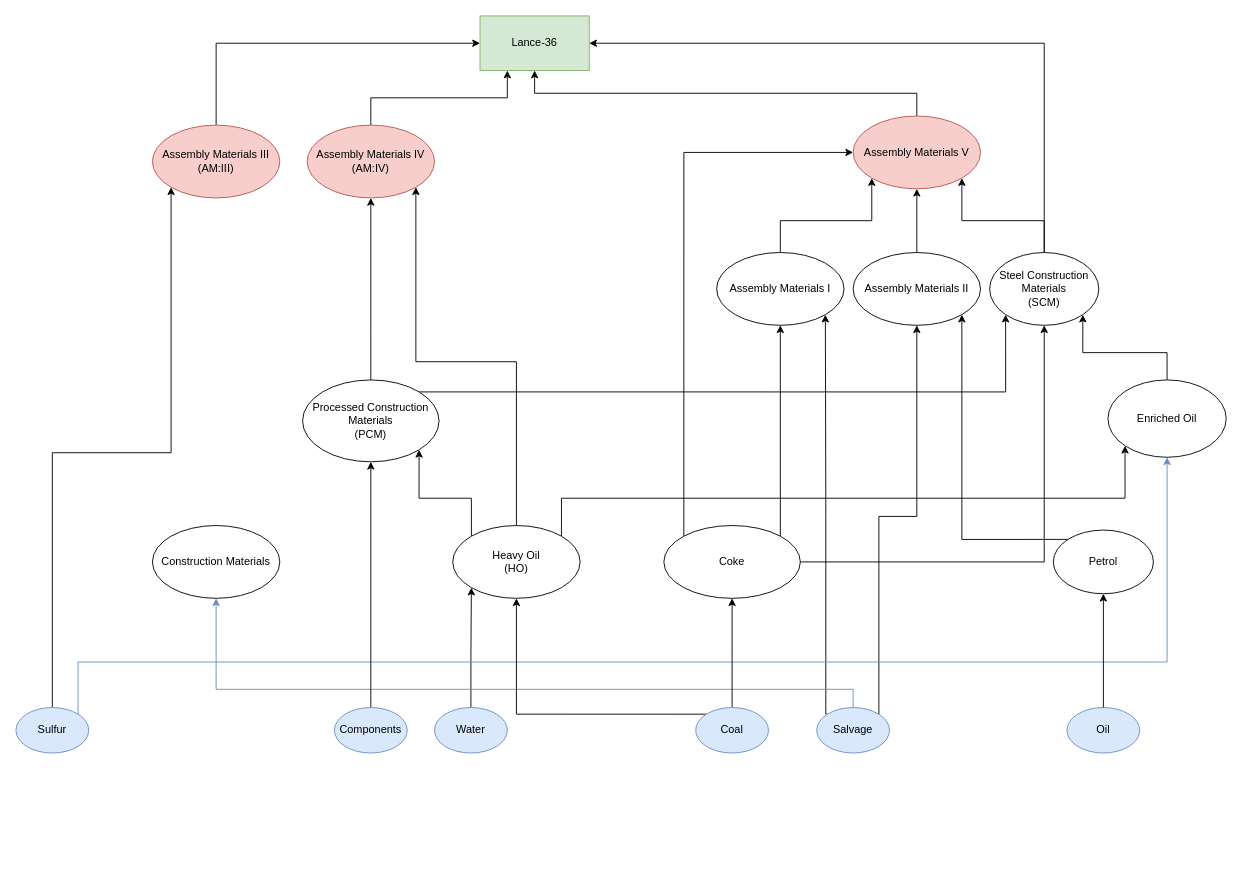
This is Диаграмма без названия.drawio from Kratos1245/other, a draw.io file, before an edit. Source tidied: cells renumbered, new cells numbered last; positions are measured from the earlier drawing's top-left corner, leaving out a move shared by most shapes. Both pictures are drawn from the tidied source at 91%, with x=0, y=0 at pixel (15, 15).
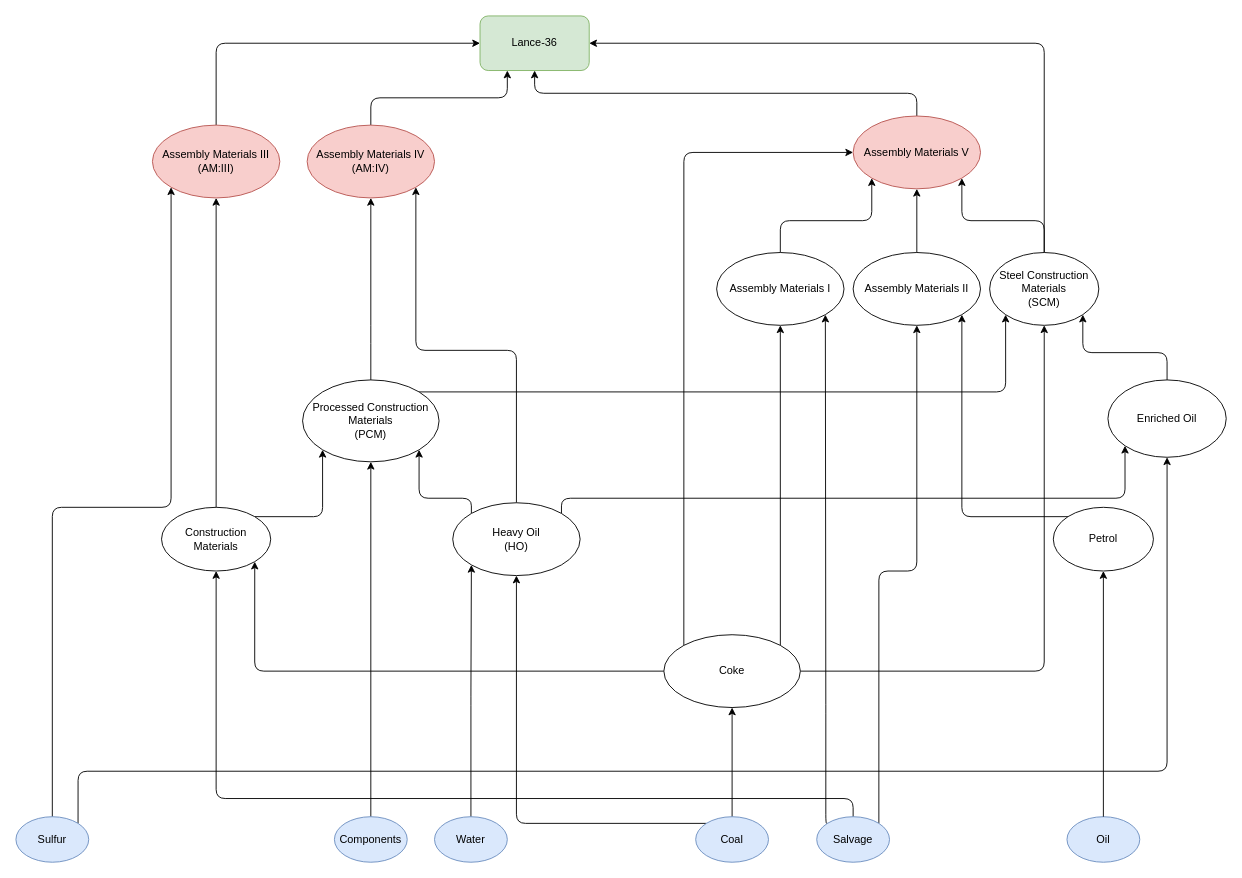
The same page after the edit.

Diff of the diagram source:
```diff
@@
-    <mxCell id="2" value="Lance-36" style="rounded=0;whiteSpace=wrap;html=1;fillColor=#d5e8d4;strokeColor=#82b366;" parent="1" vertex="1">
+    <mxCell id="2" value="Lance-36" style="rounded=1;whiteSpace=wrap;html=1;fillColor=#d5e8d4;strokeColor=#82b366;" parent="1" vertex="1">
       <mxGeometry x="510" width="120" height="60" as="geometry" />
     </mxCell>
-    <mxCell id="3" style="edgeStyle=orthogonalEdgeStyle;rounded=0;jettySize=auto;html=1;exitX=0.5;exitY=0;exitDx=0;exitDy=0;entryX=0;entryY=0.5;entryDx=0;entryDy=0;" parent="1" edge="1" source="4" target="2">
+    <mxCell id="3" style="edgeStyle=orthogonalEdgeStyle;rounded=1;jettySize=auto;html=1;exitX=0.5;exitY=0;exitDx=0;exitDy=0;entryX=0;entryY=0.5;entryDx=0;entryDy=0;" parent="1" edge="1" source="4" target="2">
       <mxGeometry relative="1" as="geometry" />
     </mxCell>
-    <mxCell id="4" value="Assembly Materials III&lt;br&gt;(AM:III)" style="ellipse;whiteSpace=wrap;html=1;fillColor=#f8cecc;strokeColor=#b85450;" parent="1" vertex="1">
+    <mxCell id="4" value="Assembly Materials III&lt;br&gt;(AM:III)" style="ellipse;whiteSpace=wrap;html=1;fillColor=#f8cecc;strokeColor=#b85450;rounded=1;" parent="1" vertex="1">
       <mxGeometry x="150" y="120" width="140" height="80" as="geometry" />
     </mxCell>
-    <mxCell id="5" style="edgeStyle=orthogonalEdgeStyle;rounded=0;jettySize=auto;html=1;exitX=0.5;exitY=0;exitDx=0;exitDy=0;entryX=0.25;entryY=1;entryDx=0;entryDy=0;" parent="1" edge="1" source="6" target="2">
+    <mxCell id="5" style="edgeStyle=orthogonalEdgeStyle;rounded=1;jettySize=auto;html=1;exitX=0.5;exitY=0;exitDx=0;exitDy=0;entryX=0.25;entryY=1;entryDx=0;entryDy=0;" parent="1" edge="1" source="6" target="2">
       <mxGeometry relative="1" as="geometry" />
     </mxCell>
-    <mxCell id="6" value="Assembly Materials IV&lt;br&gt;(AM:IV)" style="ellipse;whiteSpace=wrap;html=1;fillColor=#f8cecc;strokeColor=#b85450;" parent="1" vertex="1">
+    <mxCell id="6" value="Assembly Materials IV&lt;br&gt;(AM:IV)" style="ellipse;whiteSpace=wrap;html=1;fillColor=#f8cecc;strokeColor=#b85450;rounded=1;" parent="1" vertex="1">
       <mxGeometry x="320" y="120" width="140" height="80" as="geometry" />
     </mxCell>
-    <mxCell id="7" style="edgeStyle=orthogonalEdgeStyle;rounded=0;jettySize=auto;html=1;exitX=0.5;exitY=0;exitDx=0;exitDy=0;entryX=0.5;entryY=1;entryDx=0;entryDy=0;" parent="1" edge="1" source="8" target="2">
+    <mxCell id="7" style="edgeStyle=orthogonalEdgeStyle;rounded=1;jettySize=auto;html=1;exitX=0.5;exitY=0;exitDx=0;exitDy=0;entryX=0.5;entryY=1;entryDx=0;entryDy=0;" parent="1" edge="1" source="8" target="2">
       <mxGeometry relative="1" as="geometry" />
     </mxCell>
-    <mxCell id="8" value="Assembly Materials V" style="ellipse;whiteSpace=wrap;html=1;fillColor=#f8cecc;strokeColor=#b85450;" parent="1" vertex="1">
+    <mxCell id="8" value="Assembly Materials V" style="ellipse;whiteSpace=wrap;html=1;fillColor=#f8cecc;strokeColor=#b85450;rounded=1;" parent="1" vertex="1">
       <mxGeometry x="920" y="110" width="140" height="80" as="geometry" />
     </mxCell>
-    <mxCell id="9" style="edgeStyle=orthogonalEdgeStyle;rounded=0;jettySize=auto;html=1;exitX=0.5;exitY=0;exitDx=0;exitDy=0;entryX=1;entryY=0.5;entryDx=0;entryDy=0;" parent="1" edge="1" source="11" target="2">
+    <mxCell id="9" style="edgeStyle=orthogonalEdgeStyle;rounded=1;jettySize=auto;html=1;exitX=0.5;exitY=0;exitDx=0;exitDy=0;entryX=1;entryY=0.5;entryDx=0;entryDy=0;" parent="1" edge="1" source="11" target="2">
       <mxGeometry relative="1" as="geometry" />
     </mxCell>
-    <mxCell id="10" style="edgeStyle=orthogonalEdgeStyle;rounded=0;jettySize=auto;html=1;exitX=0.5;exitY=0;exitDx=0;exitDy=0;entryX=1;entryY=1;entryDx=0;entryDy=0;" parent="1" edge="1" source="11" target="8">
+    <mxCell id="10" style="edgeStyle=orthogonalEdgeStyle;rounded=1;jettySize=auto;html=1;exitX=0.5;exitY=0;exitDx=0;exitDy=0;entryX=1;entryY=1;entryDx=0;entryDy=0;" parent="1" edge="1" source="11" target="8">
       <mxGeometry relative="1" as="geometry" />
     </mxCell>
-    <mxCell id="11" value="Steel Construction Materials&lt;br&gt;(SCM)" style="ellipse;whiteSpace=wrap;html=1;" parent="1" vertex="1">
+    <mxCell id="11" value="Steel Construction Materials&lt;br&gt;(SCM)" style="ellipse;whiteSpace=wrap;html=1;rounded=1;" parent="1" vertex="1">
       <mxGeometry x="1070" y="260" width="120" height="80" as="geometry" />
     </mxCell>
-    <mxCell id="12" style="edgeStyle=orthogonalEdgeStyle;rounded=0;jettySize=auto;html=1;exitX=0.5;exitY=0;exitDx=0;exitDy=0;entryX=0.5;entryY=1;entryDx=0;entryDy=0;" parent="1" edge="1" source="14" target="6">
+    <mxCell id="12" style="edgeStyle=orthogonalEdgeStyle;rounded=1;jettySize=auto;html=1;exitX=0.5;exitY=0;exitDx=0;exitDy=0;entryX=0.5;entryY=1;entryDx=0;entryDy=0;" parent="1" edge="1" source="14" target="6">
       <mxGeometry relative="1" as="geometry">
         <Array as="points">
           <mxPoint x="390" y="350" />
           <mxPoint x="390" y="350" />
         </Array>
       </mxGeometry>
     </mxCell>
-    <mxCell id="13" style="edgeStyle=orthogonalEdgeStyle;rounded=0;jettySize=auto;html=1;exitX=1;exitY=0;exitDx=0;exitDy=0;entryX=0;entryY=1;entryDx=0;entryDy=0;" parent="1" edge="1" source="14" target="11">
+    <mxCell id="13" style="edgeStyle=orthogonalEdgeStyle;rounded=1;jettySize=auto;html=1;exitX=1;exitY=0;exitDx=0;exitDy=0;entryX=0;entryY=1;entryDx=0;entryDy=0;" parent="1" edge="1" source="14" target="11">
       <mxGeometry relative="1" as="geometry" />
     </mxCell>
-    <mxCell id="14" value="Processed Construction Materials &lt;br&gt;(PCM)" style="ellipse;whiteSpace=wrap;html=1;" parent="1" vertex="1">
+    <mxCell id="14" value="Processed Construction Materials &lt;br&gt;(PCM)" style="ellipse;whiteSpace=wrap;html=1;rounded=1;" parent="1" vertex="1">
       <mxGeometry x="315" y="400" width="150" height="90" as="geometry" />
     </mxCell>
-    <mxCell id="15" style="edgeStyle=orthogonalEdgeStyle;rounded=0;jettySize=auto;html=1;exitX=0.5;exitY=0;exitDx=0;exitDy=0;entryX=1;entryY=1;entryDx=0;entryDy=0;" parent="1" edge="1" source="18" target="6">
+    <mxCell id="15" style="edgeStyle=orthogonalEdgeStyle;rounded=1;jettySize=auto;html=1;exitX=0.5;exitY=0;exitDx=0;exitDy=0;entryX=1;entryY=1;entryDx=0;entryDy=0;" parent="1" edge="1" source="18" target="6">
       <mxGeometry relative="1" as="geometry" />
     </mxCell>
-    <mxCell id="16" style="edgeStyle=orthogonalEdgeStyle;rounded=0;jettySize=auto;html=1;exitX=1;exitY=0;exitDx=0;exitDy=0;entryX=0;entryY=1;entryDx=0;entryDy=0;" parent="1" edge="1" source="18" target="43">
+    <mxCell id="16" style="edgeStyle=orthogonalEdgeStyle;rounded=1;jettySize=auto;html=1;exitX=1;exitY=0;exitDx=0;exitDy=0;entryX=0;entryY=1;entryDx=0;entryDy=0;" parent="1" edge="1" source="18" target="43">
       <mxGeometry relative="1" as="geometry">
         <Array as="points">
           <mxPoint x="599" y="530" />
           <mxPoint x="1219" y="530" />
         </Array>
       </mxGeometry>
     </mxCell>
-    <mxCell id="17" style="edgeStyle=orthogonalEdgeStyle;rounded=0;jettySize=auto;html=1;exitX=0;exitY=0;exitDx=0;exitDy=0;entryX=1;entryY=1;entryDx=0;entryDy=0;" parent="1" edge="1" source="18" target="14">
+    <mxCell id="17" style="edgeStyle=orthogonalEdgeStyle;rounded=1;jettySize=auto;html=1;exitX=0;exitY=0;exitDx=0;exitDy=0;entryX=1;entryY=1;entryDx=0;entryDy=0;" parent="1" edge="1" source="18" target="14">
       <mxGeometry relative="1" as="geometry">
         <Array as="points">
           <mxPoint x="501" y="530" />
           <mxPoint x="443" y="530" />
         </Array>
       </mxGeometry>
     </mxCell>
-    <mxCell id="18" value="Heavy Oil&lt;br&gt;(HO)" style="ellipse;whiteSpace=wrap;html=1;" parent="1" vertex="1">
-      <mxGeometry x="480" y="560" width="140" height="80" as="geometry" />
+    <mxCell id="18" value="Heavy Oil&lt;br&gt;(HO)" style="ellipse;whiteSpace=wrap;html=1;rounded=1;" parent="1" vertex="1">
+      <mxGeometry x="480" y="535" width="140" height="80" as="geometry" />
     </mxCell>
-    <mxCell id="19" style="edgeStyle=orthogonalEdgeStyle;rounded=0;jettySize=auto;html=1;exitX=0.5;exitY=0;exitDx=0;exitDy=0;entryX=0;entryY=1;entryDx=0;entryDy=0;" parent="1" edge="1" source="20" target="18">
+    <mxCell id="19" style="edgeStyle=orthogonalEdgeStyle;rounded=1;jettySize=auto;html=1;exitX=0.5;exitY=0;exitDx=0;exitDy=0;entryX=0;entryY=1;entryDx=0;entryDy=0;" parent="1" edge="1" source="20" target="18">
       <mxGeometry relative="1" as="geometry" />
     </mxCell>
-    <mxCell id="20" value="Water" style="ellipse;whiteSpace=wrap;html=1;fillColor=#dae8fc;strokeColor=#6c8ebf;" parent="1" vertex="1">
-      <mxGeometry x="460" y="760" width="80" height="50" as="geometry" />
+    <mxCell id="20" value="Water" style="ellipse;whiteSpace=wrap;html=1;fillColor=#dae8fc;strokeColor=#6c8ebf;rounded=1;" parent="1" vertex="1">
+      <mxGeometry x="460" y="880" width="80" height="50" as="geometry" />
     </mxCell>
-    <mxCell id="21" style="edgeStyle=orthogonalEdgeStyle;rounded=0;jettySize=auto;html=1;exitX=0;exitY=0;exitDx=0;exitDy=0;entryX=1;entryY=1;entryDx=0;entryDy=0;" parent="1" edge="1" source="24" target="37">
+    <mxCell id="21" style="edgeStyle=orthogonalEdgeStyle;rounded=1;jettySize=auto;html=1;exitX=0;exitY=0;exitDx=0;exitDy=0;entryX=1;entryY=1;entryDx=0;entryDy=0;" parent="1" edge="1" source="24" target="37">
       <mxGeometry relative="1" as="geometry">
         <Array as="points">
           <mxPoint x="890" y="767" />
           <mxPoint x="890" y="550" />
         </Array>
       </mxGeometry>
     </mxCell>
-    <mxCell id="22" style="edgeStyle=orthogonalEdgeStyle;rounded=0;jettySize=auto;html=1;exitX=1;exitY=0;exitDx=0;exitDy=0;entryX=0.5;entryY=1;entryDx=0;entryDy=0;" parent="1" edge="1" source="24" target="35">
+    <mxCell id="22" style="edgeStyle=orthogonalEdgeStyle;rounded=1;jettySize=auto;html=1;exitX=1;exitY=0;exitDx=0;exitDy=0;entryX=0.5;entryY=1;entryDx=0;entryDy=0;" parent="1" edge="1" source="24" target="35">
       <mxGeometry relative="1" as="geometry" />
     </mxCell>
-    <mxCell id="23" style="edgeStyle=orthogonalEdgeStyle;rounded=0;jettySize=auto;html=1;exitX=0.5;exitY=0;exitDx=0;exitDy=0;entryX=0.5;entryY=1;entryDx=0;entryDy=0;fillColor=#dae8fc;strokeColor=#6c8ebf;" parent="1" edge="1" source="24" target="47">
+    <mxCell id="23" style="edgeStyle=orthogonalEdgeStyle;rounded=1;jettySize=auto;html=1;exitX=0.5;exitY=0;exitDx=0;exitDy=0;entryX=0.5;entryY=1;entryDx=0;entryDy=0;" parent="1" edge="1" source="24" target="47">
       <mxGeometry relative="1" as="geometry">
         <Array as="points">
-          <mxPoint x="920" y="740" />
-          <mxPoint x="220" y="740" />
+          <mxPoint x="920" y="860" />
+          <mxPoint x="220" y="860" />
         </Array>
       </mxGeometry>
     </mxCell>
-    <mxCell id="24" value="Salvage" style="ellipse;whiteSpace=wrap;html=1;fillColor=#dae8fc;strokeColor=#6c8ebf;" parent="1" vertex="1">
-      <mxGeometry x="880" y="760" width="80" height="50" as="geometry" />
+    <mxCell id="24" value="Salvage" style="ellipse;whiteSpace=wrap;html=1;fillColor=#dae8fc;strokeColor=#6c8ebf;rounded=1;" parent="1" vertex="1">
+      <mxGeometry x="880" y="880" width="80" height="50" as="geometry" />
     </mxCell>
-    <mxCell id="25" style="edgeStyle=orthogonalEdgeStyle;rounded=0;jettySize=auto;html=1;exitX=0.5;exitY=0;exitDx=0;exitDy=0;entryX=0;entryY=1;entryDx=0;entryDy=0;" parent="1" edge="1" source="27" target="4">
+    <mxCell id="25" style="edgeStyle=orthogonalEdgeStyle;rounded=1;jettySize=auto;html=1;exitX=0.5;exitY=0;exitDx=0;exitDy=0;entryX=0;entryY=1;entryDx=0;entryDy=0;" parent="1" edge="1" source="27" target="4">
       <mxGeometry relative="1" as="geometry" />
     </mxCell>
-    <mxCell id="26" style="edgeStyle=orthogonalEdgeStyle;rounded=0;jettySize=auto;html=1;exitX=1;exitY=0;exitDx=0;exitDy=0;entryX=0.5;entryY=1;entryDx=0;entryDy=0;fillColor=#dae8fc;strokeColor=#6c8ebf;" parent="1" edge="1" source="27" target="43">
+    <mxCell id="26" style="edgeStyle=orthogonalEdgeStyle;rounded=1;jettySize=auto;html=1;exitX=1;exitY=0;exitDx=0;exitDy=0;entryX=0.5;entryY=1;entryDx=0;entryDy=0;" parent="1" edge="1" source="27" target="43">
       <mxGeometry relative="1" as="geometry">
         <Array as="points">
-          <mxPoint x="68" y="710" />
-          <mxPoint x="1265" y="710" />
+          <mxPoint x="69" y="830" />
+          <mxPoint x="1265" y="830" />
         </Array>
       </mxGeometry>
     </mxCell>
-    <mxCell id="27" value="Sulfur" style="ellipse;whiteSpace=wrap;html=1;fillColor=#dae8fc;strokeColor=#6c8ebf;" parent="1" vertex="1">
-      <mxGeometry y="760" width="80" height="50" as="geometry" />
+    <mxCell id="27" value="Sulfur" style="ellipse;whiteSpace=wrap;html=1;fillColor=#dae8fc;strokeColor=#6c8ebf;rounded=1;" parent="1" vertex="1">
+      <mxGeometry y="880" width="80" height="50" as="geometry" />
     </mxCell>
-    <mxCell id="28" style="edgeStyle=orthogonalEdgeStyle;rounded=0;jettySize=auto;html=1;exitX=0.5;exitY=0;exitDx=0;exitDy=0;entryX=0.5;entryY=1;entryDx=0;entryDy=0;" parent="1" edge="1" source="29" target="14">
+    <mxCell id="28" style="edgeStyle=orthogonalEdgeStyle;rounded=1;jettySize=auto;html=1;exitX=0.5;exitY=0;exitDx=0;exitDy=0;entryX=0.5;entryY=1;entryDx=0;entryDy=0;" parent="1" edge="1" source="29" target="14">
       <mxGeometry relative="1" as="geometry" />
     </mxCell>
-    <mxCell id="29" value="Components" style="ellipse;whiteSpace=wrap;html=1;fillColor=#dae8fc;strokeColor=#6c8ebf;" parent="1" vertex="1">
-      <mxGeometry x="350" y="760" width="80" height="50" as="geometry" />
+    <mxCell id="29" value="Components" style="ellipse;whiteSpace=wrap;html=1;fillColor=#dae8fc;strokeColor=#6c8ebf;rounded=1;" parent="1" vertex="1">
+      <mxGeometry x="350" y="880" width="80" height="50" as="geometry" />
     </mxCell>
-    <mxCell id="30" style="edgeStyle=orthogonalEdgeStyle;rounded=0;jettySize=auto;html=1;exitX=0.5;exitY=0;exitDx=0;exitDy=0;entryX=0.5;entryY=1;entryDx=0;entryDy=0;" parent="1" edge="1" source="32" target="41">
+    <mxCell id="30" style="edgeStyle=orthogonalEdgeStyle;rounded=1;jettySize=auto;html=1;exitX=0.5;exitY=0;exitDx=0;exitDy=0;entryX=0.5;entryY=1;entryDx=0;entryDy=0;" parent="1" edge="1" source="32" target="41">
       <mxGeometry relative="1" as="geometry" />
     </mxCell>
-    <mxCell id="31" style="edgeStyle=orthogonalEdgeStyle;rounded=0;jettySize=auto;html=1;exitX=0;exitY=0;exitDx=0;exitDy=0;entryX=0.5;entryY=1;entryDx=0;entryDy=0;" parent="1" edge="1" source="32" target="18">
+    <mxCell id="31" style="edgeStyle=orthogonalEdgeStyle;rounded=1;jettySize=auto;html=1;exitX=0;exitY=0;exitDx=0;exitDy=0;entryX=0.5;entryY=1;entryDx=0;entryDy=0;" parent="1" edge="1" source="32" target="18">
       <mxGeometry relative="1" as="geometry" />
     </mxCell>
-    <mxCell id="32" value="Coal" style="ellipse;whiteSpace=wrap;html=1;fillColor=#dae8fc;strokeColor=#6c8ebf;" parent="1" vertex="1">
-      <mxGeometry x="747" y="760" width="80" height="50" as="geometry" />
+    <mxCell id="32" value="Coal" style="ellipse;whiteSpace=wrap;html=1;fillColor=#dae8fc;strokeColor=#6c8ebf;rounded=1;" parent="1" vertex="1">
+      <mxGeometry x="747" y="880" width="80" height="50" as="geometry" />
     </mxCell>
-    <mxCell id="33" value="Oil" style="ellipse;whiteSpace=wrap;html=1;fillColor=#dae8fc;strokeColor=#6c8ebf;" parent="1" vertex="1">
-      <mxGeometry x="1155" y="760" width="80" height="50" as="geometry" />
+    <mxCell id="33" value="Oil" style="ellipse;whiteSpace=wrap;html=1;fillColor=#dae8fc;strokeColor=#6c8ebf;rounded=1;" parent="1" vertex="1">
+      <mxGeometry x="1155" y="880" width="80" height="50" as="geometry" />
     </mxCell>
-    <mxCell id="34" style="edgeStyle=orthogonalEdgeStyle;rounded=0;jettySize=auto;html=1;exitX=0.5;exitY=0;exitDx=0;exitDy=0;entryX=0.5;entryY=1;entryDx=0;entryDy=0;" parent="1" edge="1" source="35" target="8">
+    <mxCell id="34" style="edgeStyle=orthogonalEdgeStyle;rounded=1;jettySize=auto;html=1;exitX=0.5;exitY=0;exitDx=0;exitDy=0;entryX=0.5;entryY=1;entryDx=0;entryDy=0;" parent="1" edge="1" source="35" target="8">
       <mxGeometry relative="1" as="geometry" />
     </mxCell>
-    <mxCell id="35" value="Assembly Materials II" style="ellipse;whiteSpace=wrap;html=1;" parent="1" vertex="1">
+    <mxCell id="35" value="Assembly Materials II" style="ellipse;whiteSpace=wrap;html=1;rounded=1;" parent="1" vertex="1">
       <mxGeometry x="920" y="260" width="140" height="80" as="geometry" />
     </mxCell>
-    <mxCell id="36" style="edgeStyle=orthogonalEdgeStyle;rounded=0;jettySize=auto;html=1;exitX=0.5;exitY=0;exitDx=0;exitDy=0;entryX=0;entryY=1;entryDx=0;entryDy=0;" parent="1" edge="1" source="37" target="8">
+    <mxCell id="36" style="edgeStyle=orthogonalEdgeStyle;rounded=1;jettySize=auto;html=1;exitX=0.5;exitY=0;exitDx=0;exitDy=0;entryX=0;entryY=1;entryDx=0;entryDy=0;" parent="1" edge="1" source="37" target="8">
       <mxGeometry relative="1" as="geometry" />
     </mxCell>
-    <mxCell id="37" value="Assembly Materials I" style="ellipse;whiteSpace=wrap;html=1;" parent="1" vertex="1">
+    <mxCell id="37" value="Assembly Materials I" style="ellipse;whiteSpace=wrap;html=1;rounded=1;" parent="1" vertex="1">
       <mxGeometry x="770" y="260" width="140" height="80" as="geometry" />
     </mxCell>
-    <mxCell id="38" style="edgeStyle=orthogonalEdgeStyle;rounded=0;jettySize=auto;html=1;exitX=1;exitY=0.5;exitDx=0;exitDy=0;entryX=0.5;entryY=1;entryDx=0;entryDy=0;" parent="1" edge="1" source="41" target="11">
+    <mxCell id="38" style="edgeStyle=orthogonalEdgeStyle;rounded=1;jettySize=auto;html=1;exitX=1;exitY=0.5;exitDx=0;exitDy=0;entryX=0.5;entryY=1;entryDx=0;entryDy=0;" parent="1" edge="1" source="41" target="11">
       <mxGeometry relative="1" as="geometry" />
     </mxCell>
-    <mxCell id="39" style="edgeStyle=orthogonalEdgeStyle;rounded=0;jettySize=auto;html=1;exitX=1;exitY=0;exitDx=0;exitDy=0;entryX=0.5;entryY=1;entryDx=0;entryDy=0;" parent="1" edge="1" source="41" target="37">
+    <mxCell id="39" style="edgeStyle=orthogonalEdgeStyle;rounded=1;jettySize=auto;html=1;exitX=1;exitY=0;exitDx=0;exitDy=0;entryX=0.5;entryY=1;entryDx=0;entryDy=0;" parent="1" edge="1" source="41" target="37">
       <mxGeometry relative="1" as="geometry" />
     </mxCell>
-    <mxCell id="40" style="edgeStyle=orthogonalEdgeStyle;rounded=0;jettySize=auto;html=1;exitX=0;exitY=0;exitDx=0;exitDy=0;entryX=0;entryY=0.5;entryDx=0;entryDy=0;" parent="1" edge="1" source="41" target="8">
+    <mxCell id="40" style="edgeStyle=orthogonalEdgeStyle;rounded=1;jettySize=auto;html=1;exitX=0;exitY=0;exitDx=0;exitDy=0;entryX=0;entryY=0.5;entryDx=0;entryDy=0;" parent="1" edge="1" source="41" target="8">
       <mxGeometry relative="1" as="geometry">
         <Array as="points">
           <mxPoint x="734" y="150" />
         </Array>
       </mxGeometry>
     </mxCell>
+    <mxCell id="48" style="edgeStyle=orthogonalEdgeStyle;rounded=1;jettySize=auto;html=1;exitX=0;exitY=0.5;exitDx=0;exitDy=0;entryX=1;entryY=1;entryDx=0;entryDy=0;" parent="1" edge="1" source="41" target="47">
+      <mxGeometry relative="1" as="geometry">
+        <Array as="points">
+          <mxPoint x="263" y="720" />
+        </Array>
+      </mxGeometry>
+    </mxCell>
-    <mxCell id="41" value="Coke" style="ellipse;whiteSpace=wrap;html=1;" parent="1" vertex="1">
-      <mxGeometry x="712" y="560" width="150" height="80" as="geometry" />
+    <mxCell id="41" value="Coke" style="ellipse;whiteSpace=wrap;html=1;rounded=1;" parent="1" vertex="1">
+      <mxGeometry x="712" y="680" width="150" height="80" as="geometry" />
     </mxCell>
-    <mxCell id="42" style="edgeStyle=orthogonalEdgeStyle;rounded=0;jettySize=auto;html=1;exitX=0.5;exitY=0;exitDx=0;exitDy=0;entryX=1;entryY=1;entryDx=0;entryDy=0;" parent="1" edge="1" source="43" target="11">
+    <mxCell id="42" style="edgeStyle=orthogonalEdgeStyle;rounded=1;jettySize=auto;html=1;exitX=0.5;exitY=0;exitDx=0;exitDy=0;entryX=1;entryY=1;entryDx=0;entryDy=0;" parent="1" edge="1" source="43" target="11">
       <mxGeometry relative="1" as="geometry" />
     </mxCell>
-    <mxCell id="43" value="Enriched Oil" style="ellipse;whiteSpace=wrap;html=1;" parent="1" vertex="1">
+    <mxCell id="43" value="Enriched Oil" style="ellipse;whiteSpace=wrap;html=1;rounded=1;" parent="1" vertex="1">
       <mxGeometry x="1200" y="400" width="130" height="85" as="geometry" />
     </mxCell>
-    <mxCell id="44" style="edgeStyle=orthogonalEdgeStyle;rounded=0;jettySize=auto;html=1;exitX=0;exitY=0;exitDx=0;exitDy=0;entryX=1;entryY=1;entryDx=0;entryDy=0;" parent="1" edge="1" source="46" target="35">
+    <mxCell id="44" style="edgeStyle=orthogonalEdgeStyle;rounded=1;jettySize=auto;html=1;exitX=0;exitY=0;exitDx=0;exitDy=0;entryX=1;entryY=1;entryDx=0;entryDy=0;" parent="1" edge="1" source="46" target="35">
       <mxGeometry relative="1" as="geometry" />
     </mxCell>
-    <mxCell id="45" style="edgeStyle=orthogonalEdgeStyle;rounded=0;jettySize=auto;html=1;exitX=0.5;exitY=0;exitDx=0;exitDy=0;entryX=0.5;entryY=1;entryDx=0;entryDy=0;" parent="1" edge="1" source="33" target="46">
+    <mxCell id="45" style="edgeStyle=orthogonalEdgeStyle;rounded=1;jettySize=auto;html=1;exitX=0.5;exitY=0;exitDx=0;exitDy=0;entryX=0.5;entryY=1;entryDx=0;entryDy=0;" parent="1" edge="1" source="33" target="46">
       <mxGeometry relative="1" as="geometry" />
     </mxCell>
-    <mxCell id="46" value="Petrol" style="ellipse;whiteSpace=wrap;html=1;" parent="1" vertex="1">
-      <mxGeometry x="1140" y="565" width="110" height="70" as="geometry" />
+    <mxCell id="46" value="Petrol" style="ellipse;whiteSpace=wrap;html=1;rounded=1;" parent="1" vertex="1">
+      <mxGeometry x="1140" y="540" width="110" height="70" as="geometry" />
     </mxCell>
+    <mxCell id="49" style="edgeStyle=orthogonalEdgeStyle;rounded=1;jettySize=auto;html=1;exitX=1;exitY=0;exitDx=0;exitDy=0;entryX=0;entryY=1;entryDx=0;entryDy=0;" parent="1" edge="1" source="47" target="14">
+      <mxGeometry relative="1" as="geometry" />
+    </mxCell>
+    <mxCell id="50" style="edgeStyle=orthogonalEdgeStyle;rounded=1;jettySize=auto;html=1;exitX=0.5;exitY=0;exitDx=0;exitDy=0;entryX=0.5;entryY=1;entryDx=0;entryDy=0;" parent="1" edge="1" source="47" target="4">
+      <mxGeometry relative="1" as="geometry" />
+    </mxCell>
-    <mxCell id="47" value="Construction Materials" style="ellipse;whiteSpace=wrap;html=1;" parent="1" vertex="1">
-      <mxGeometry x="150" y="560" width="140" height="80" as="geometry" />
+    <mxCell id="47" value="Construction Materials" style="ellipse;whiteSpace=wrap;html=1;rounded=1;" parent="1" vertex="1">
+      <mxGeometry x="160" y="540" width="120" height="70" as="geometry" />
     </mxCell>
```
